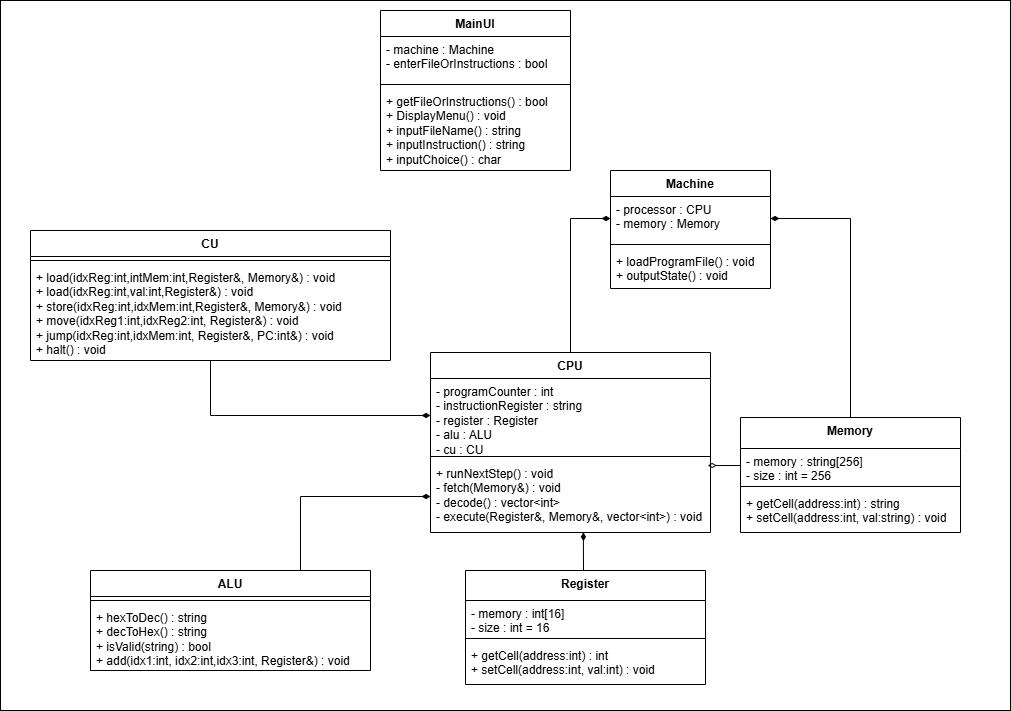
mohamedtarikz/VoleMachineSim keeps this draw.io diagram as VoleMachineUMLClassDiagram.png. Above is the earlier version. Source tidied: cells renumbered, new cells last; positions are measured from the earlier drawing's top-left corner, leaving out a move shared by most shapes.
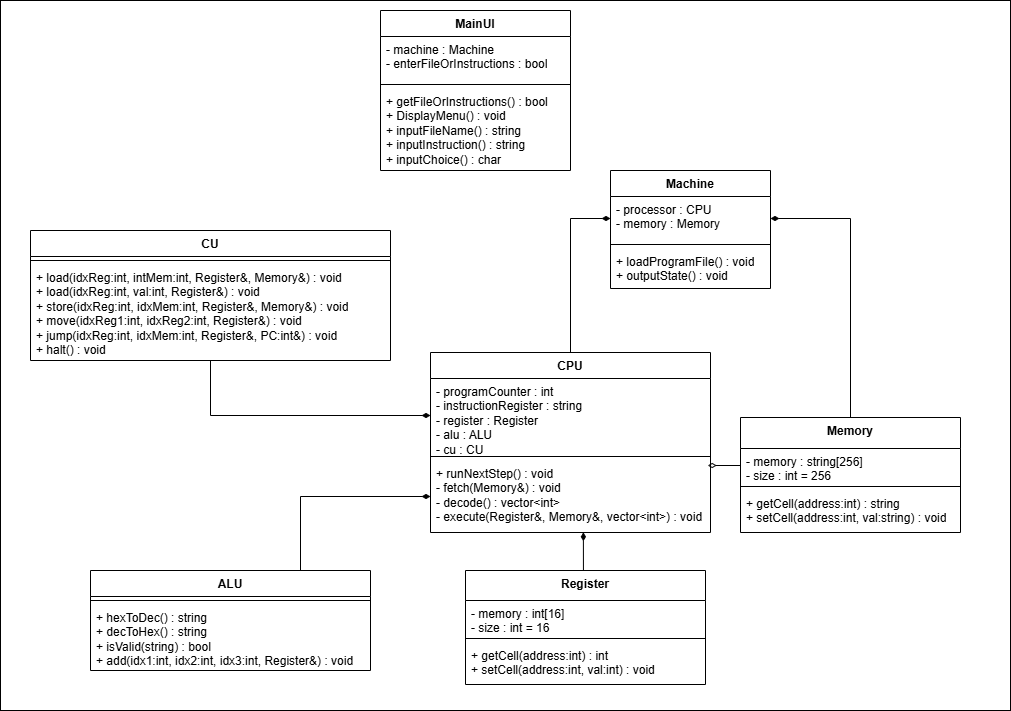
After the change.

Commit message:
UML Class Design - UPDATE

What changed in the source:
```diff
@@ -65,7 +65,7 @@
     <mxCell id="19" style="line;strokeWidth=1;fillColor=none;align=left;verticalAlign=middle;spacingTop=-1;spacingLeft=3;spacingRight=3;labelPosition=right;strokeColor=inherit;" parent="18" vertex="1">
       <mxGeometry y="26" width="280" height="8" as="geometry" />
     </mxCell>
-    <mxCell id="20" value="+ hexToDec() : string&lt;div&gt;+ decToHex() : string&lt;/div&gt;&lt;div&gt;+ isValid(string) : bool&lt;/div&gt;&lt;div&gt;+ add(idx1:int, idx2:int,idx3:int, Register&amp;amp;) : void&amp;nbsp;&lt;/div&gt;" style="text;strokeColor=none;fillColor=none;align=left;verticalAlign=top;spacingLeft=4;spacingRight=4;overflow=hidden;whiteSpace=wrap;html=1;" parent="18" vertex="1">
+    <mxCell id="20" value="+ hexToDec() : string&lt;div&gt;+ decToHex() : string&lt;/div&gt;&lt;div&gt;+ isValid(string) : bool&lt;/div&gt;&lt;div&gt;+ add(idx1:int, idx2:int, idx3:int, Register&amp;amp;) : void&amp;nbsp;&lt;/div&gt;" style="text;strokeColor=none;fillColor=none;align=left;verticalAlign=top;spacingLeft=4;spacingRight=4;overflow=hidden;whiteSpace=wrap;html=1;" parent="18" vertex="1">
       <mxGeometry y="34" width="280" height="66" as="geometry" />
     </mxCell>
     <mxCell id="21" value="MainUI" style="swimlane;fontStyle=1;align=center;verticalAlign=top;horizontal=1;startSize=26;whiteSpace=wrap;html=1;" parent="1" vertex="1">
@@ -107,7 +107,7 @@
     <mxCell id="33" style="line;strokeWidth=1;fillColor=none;align=left;verticalAlign=middle;spacingTop=-1;spacingLeft=3;spacingRight=3;labelPosition=right;strokeColor=inherit;" parent="32" vertex="1">
       <mxGeometry y="26" width="360" height="8" as="geometry" />
     </mxCell>
-    <mxCell id="34" value="+ load(idxReg:int,intMem:int,Register&amp;amp;, Memory&amp;amp;) : void&lt;div&gt;+ load(idxReg:int,val:int,Register&amp;amp;) : void&lt;/div&gt;&lt;div&gt;+ store(idxReg:int,idxMem:int,Register&amp;amp;, Memory&amp;amp;) : void&lt;/div&gt;&lt;div&gt;+ move(idxReg1:int,idxReg2:int, Register&amp;amp;) : void&lt;/div&gt;&lt;div&gt;+ jump(idxReg:int,idxMem:int, Register&amp;amp;, PC:int&amp;amp;) : void&lt;/div&gt;&lt;div&gt;+ halt() : void&lt;/div&gt;" style="text;strokeColor=none;fillColor=none;align=left;verticalAlign=top;spacingLeft=4;spacingRight=4;overflow=hidden;whiteSpace=wrap;html=1;" parent="32" vertex="1">
+    <mxCell id="34" value="+ load(idxReg:int, intMem:int, Register&amp;amp;, Memory&amp;amp;) : void&lt;div&gt;+ load(idxReg:int, val:int, Register&amp;amp;) : void&lt;/div&gt;&lt;div&gt;+ store(idxReg:int, idxMem:int, Register&amp;amp;, Memory&amp;amp;) : void&lt;/div&gt;&lt;div&gt;+ move(idxReg1:int, idxReg2:int, Register&amp;amp;) : void&lt;/div&gt;&lt;div&gt;+ jump(idxReg:int, idxMem:int, Register&amp;amp;, PC:int&amp;amp;) : void&lt;/div&gt;&lt;div&gt;+ halt() : void&lt;/div&gt;" style="text;strokeColor=none;fillColor=none;align=left;verticalAlign=top;spacingLeft=4;spacingRight=4;overflow=hidden;whiteSpace=wrap;html=1;" parent="32" vertex="1">
       <mxGeometry y="34" width="360" height="96" as="geometry" />
     </mxCell>
   </root>
```
